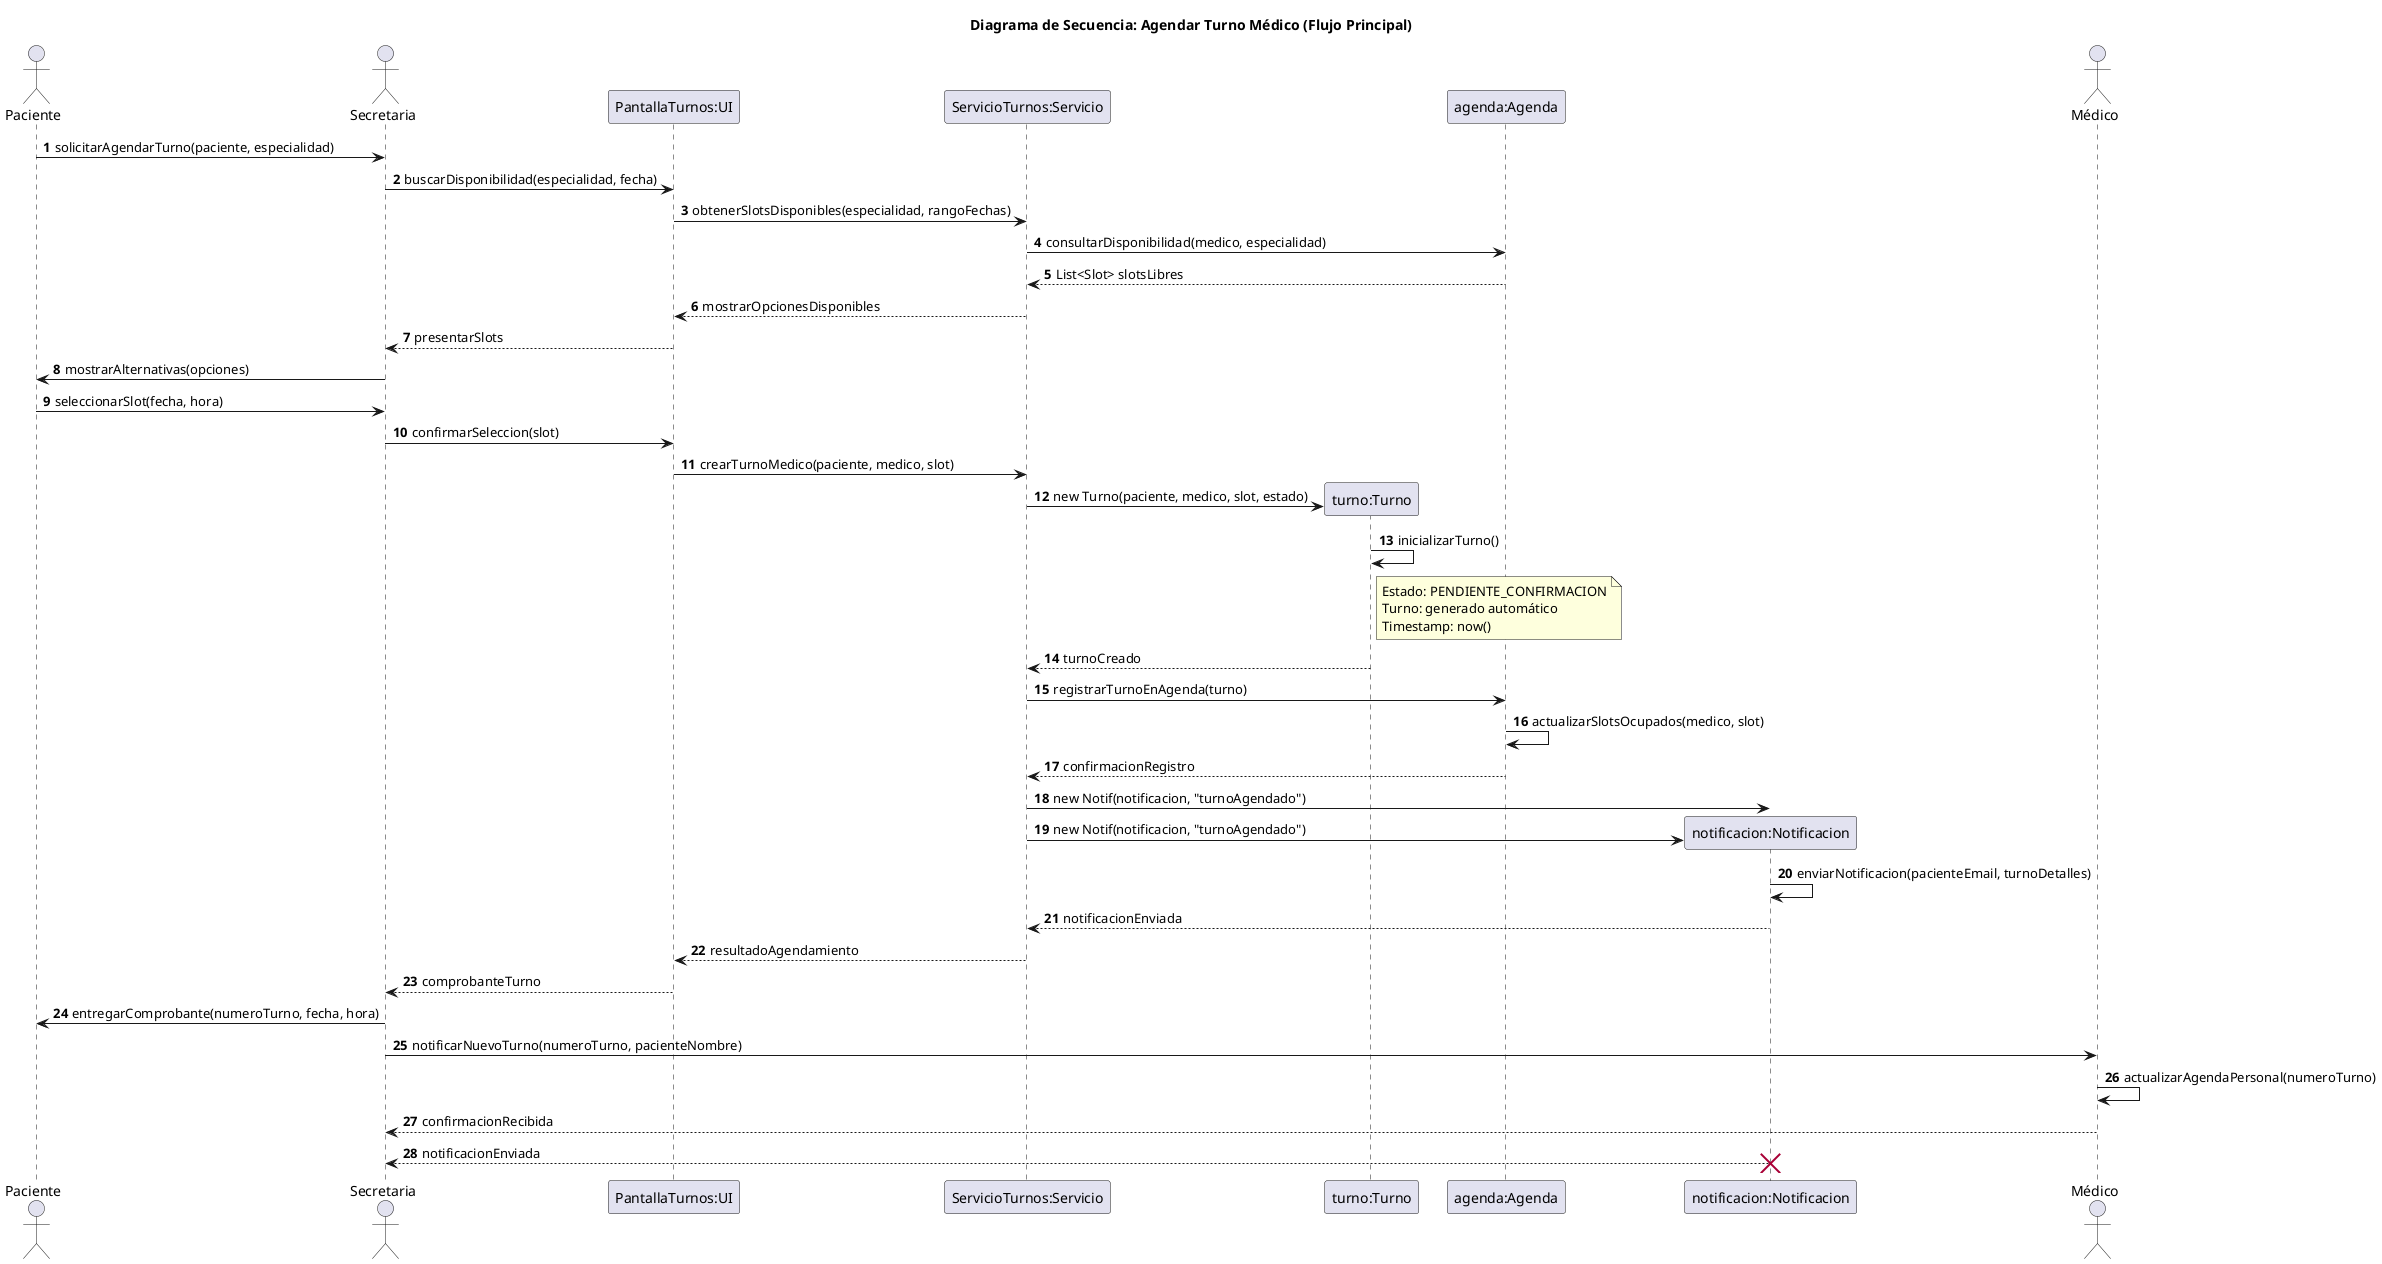
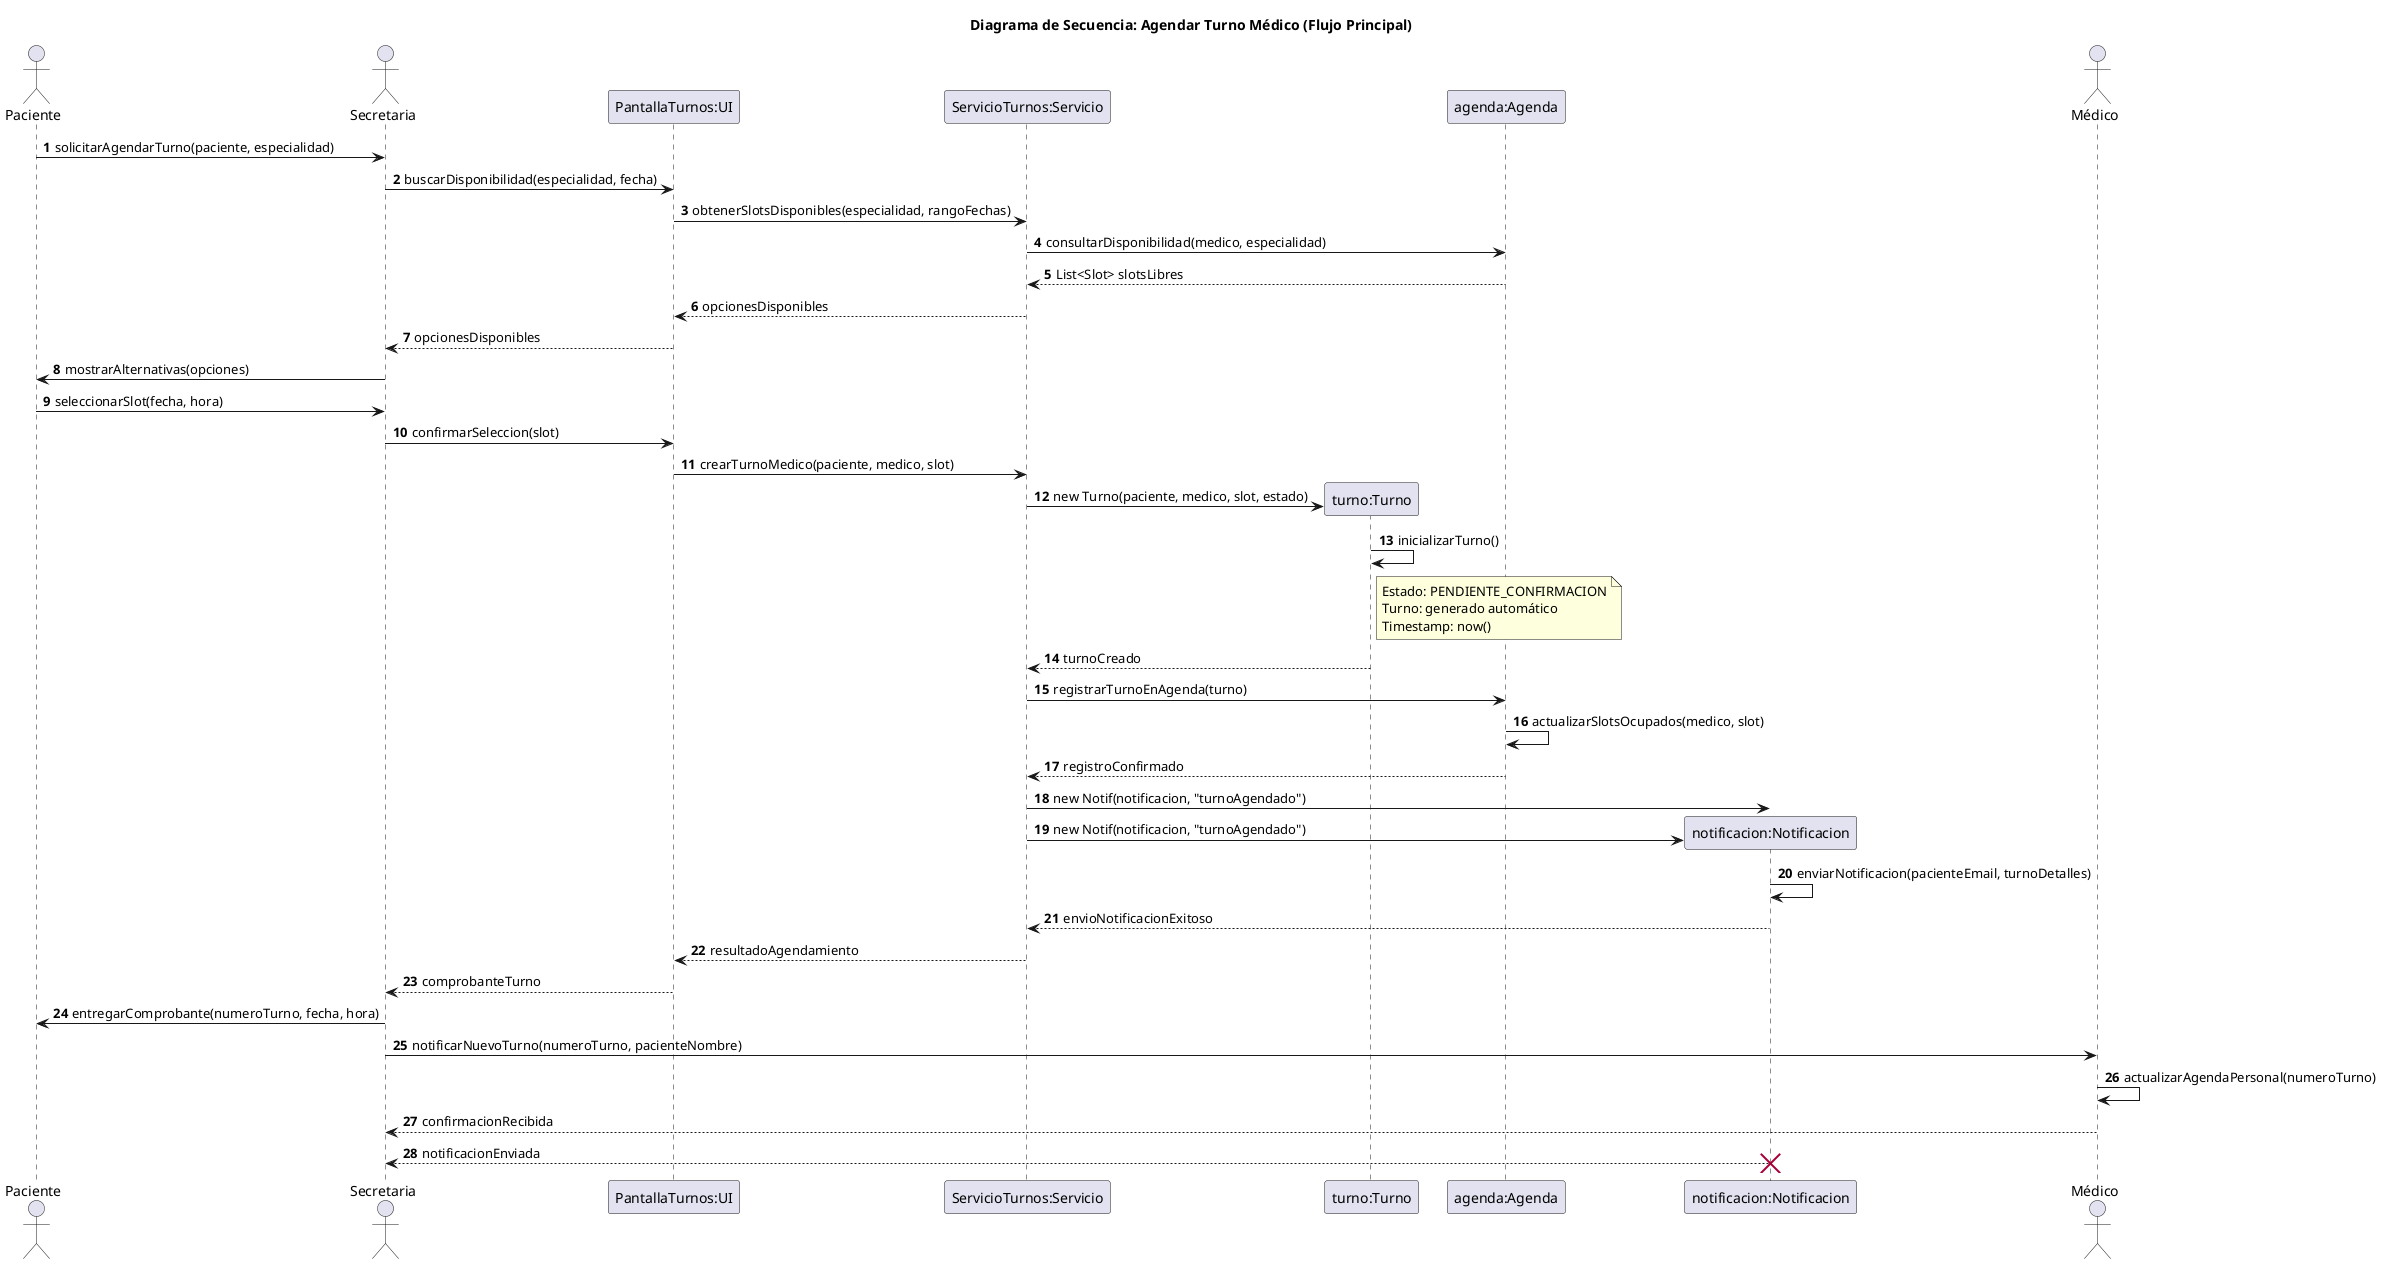
@startuml 05-secuencia-agendar-turno-flujo-principal-01
title Diagrama de Secuencia: Agendar Turno Médico (Flujo Principal)

actor Paciente
actor Secretaria
participant "PantallaTurnos:UI" as UI
participant "ServicioTurnos:Servicio" as Servicio
participant "turno:Turno" as Turno
participant "agenda:Agenda" as Agenda
participant "notificacion:Notificacion" as Notif
actor Médico

autonumber

Paciente -> Secretaria: solicitarAgendarTurno(paciente, especialidad)
Secretaria -> UI: buscarDisponibilidad(especialidad, fecha)
UI -> Servicio: obtenerSlotsDisponibles(especialidad, rangoFechas)
Servicio -> Agenda: consultarDisponibilidad(medico, especialidad)
Agenda --> Servicio: List<Slot> slotsLibres
- Servicio --> UI: mostrarOpcionesDisponibles
- UI --> Secretaria: presentarSlots
+ Servicio --> UI: opcionesDisponibles
+ UI --> Secretaria: opcionesDisponibles
Secretaria -> Paciente: mostrarAlternativas(opciones)
Paciente -> Secretaria: seleccionarSlot(fecha, hora)
Secretaria -> UI: confirmarSeleccion(slot)
UI -> Servicio: crearTurnoMedico(paciente, medico, slot)
create Turno
Servicio -> Turno: new Turno(paciente, medico, slot, estado)
Turno -> Turno: inicializarTurno()
note right of Turno
  Estado: PENDIENTE_CONFIRMACION
  Turno: generado automático
  Timestamp: now()
end note
Turno --> Servicio: turnoCreado
Servicio -> Agenda: registrarTurnoEnAgenda(turno)
Agenda -> Agenda: actualizarSlotsOcupados(medico, slot)
- Agenda --> Servicio: confirmacionRegistro
+ Agenda --> Servicio: registroConfirmado
Servicio -> Notif: new Notif(notificacion, "turnoAgendado")
create Notif
Servicio -> Notif: new Notif(notificacion, "turnoAgendado")
Notif -> Notif: enviarNotificacion(pacienteEmail, turnoDetalles)
- Notif --> Servicio: notificacionEnviada
+ Notif --> Servicio: envioNotificacionExitoso
Servicio --> UI: resultadoAgendamiento
UI --> Secretaria: comprobanteTurno
Secretaria -> Paciente: entregarComprobante(numeroTurno, fecha, hora)
Secretaria -> Médico: notificarNuevoTurno(numeroTurno, pacienteNombre)
Médico -> Médico: actualizarAgendaPersonal(numeroTurno)
Médico --> Secretaria: confirmacionRecibida
Notif --> Secretaria: notificacionEnviada
destroy Notif

@enduml
